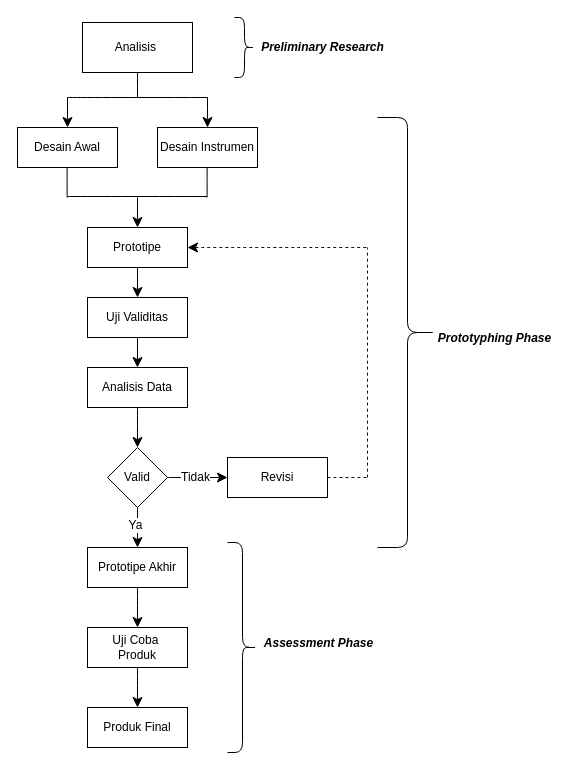
ayutresna/ayutresna.github.io keeps this draw.io diagram as Untitled Diagram.drawio. Above is the earlier version. Source tidied: cells renumbered, new cells numbered last; positions are measured from the earlier drawing's top-left corner, leaving out a move shared by most shapes. Both pictures are drawn from the tidied source at 100%, with x=0, y=0 at pixel (17, 17).
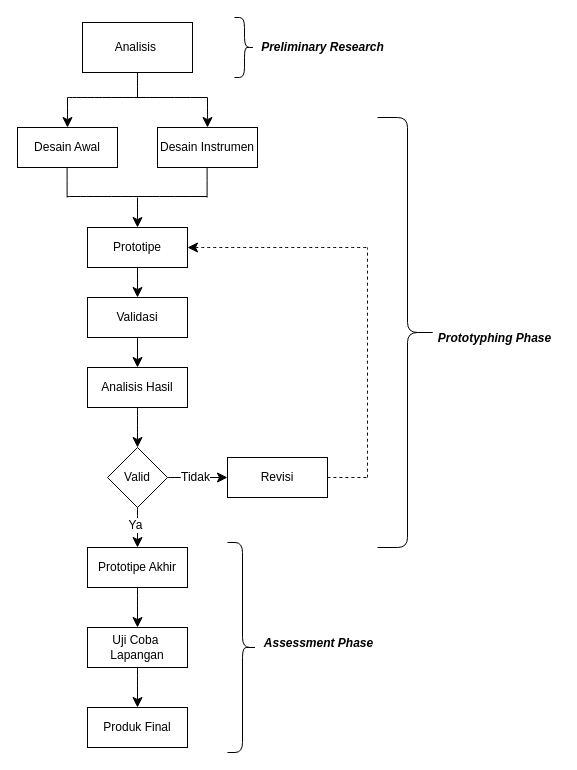
The same page after the edit.

Diff of the diagram source:
```diff
@@
-    <mxCell id="13" value="Uji Validitas" style="rounded=0;whiteSpace=wrap;html=1;" parent="1" vertex="1">
+    <mxCell id="13" value="Validasi" style="rounded=0;whiteSpace=wrap;html=1;" parent="1" vertex="1">
       <mxGeometry x="70" y="280" width="100" height="40" as="geometry" />
     </mxCell>
@@
-    <mxCell id="15" value="Analisis Data" style="rounded=0;whiteSpace=wrap;html=1;" parent="1" vertex="1">
+    <mxCell id="15" value="Analisis Hasil" style="rounded=0;whiteSpace=wrap;html=1;" parent="1" vertex="1">
       <mxGeometry x="70" y="350" width="100" height="40" as="geometry" />
     </mxCell>
@@
-    <mxCell id="25" value="Uji Coba&amp;nbsp;&lt;div&gt;Produk&lt;/div&gt;" style="rounded=0;whiteSpace=wrap;html=1;" parent="1" vertex="1">
+    <mxCell id="25" value="Uji Coba&amp;nbsp;&lt;div&gt;Lapangan&lt;/div&gt;" style="rounded=0;whiteSpace=wrap;html=1;" parent="1" vertex="1">
       <mxGeometry x="70" y="610" width="100" height="40" as="geometry" />
     </mxCell>
```
